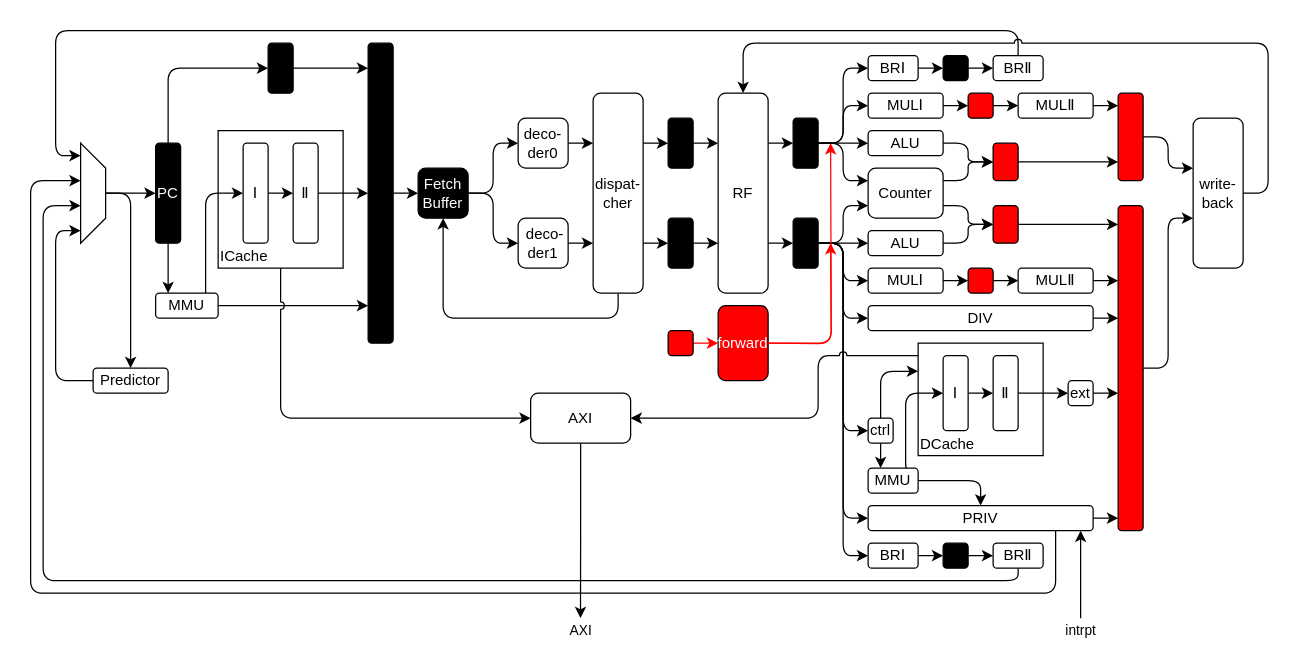
caochenrui/Draw.io keeps this draw.io diagram as 未命名绘图4.drawio. Above is the earlier version. Source tidied: cells renumbered, new cells numbered last; positions are measured from the earlier drawing's top-left corner, leaving out a move shared by most shapes. Both pictures are drawn from the tidied source at 125%, with x=0, y=0 at pixel (30, 30).
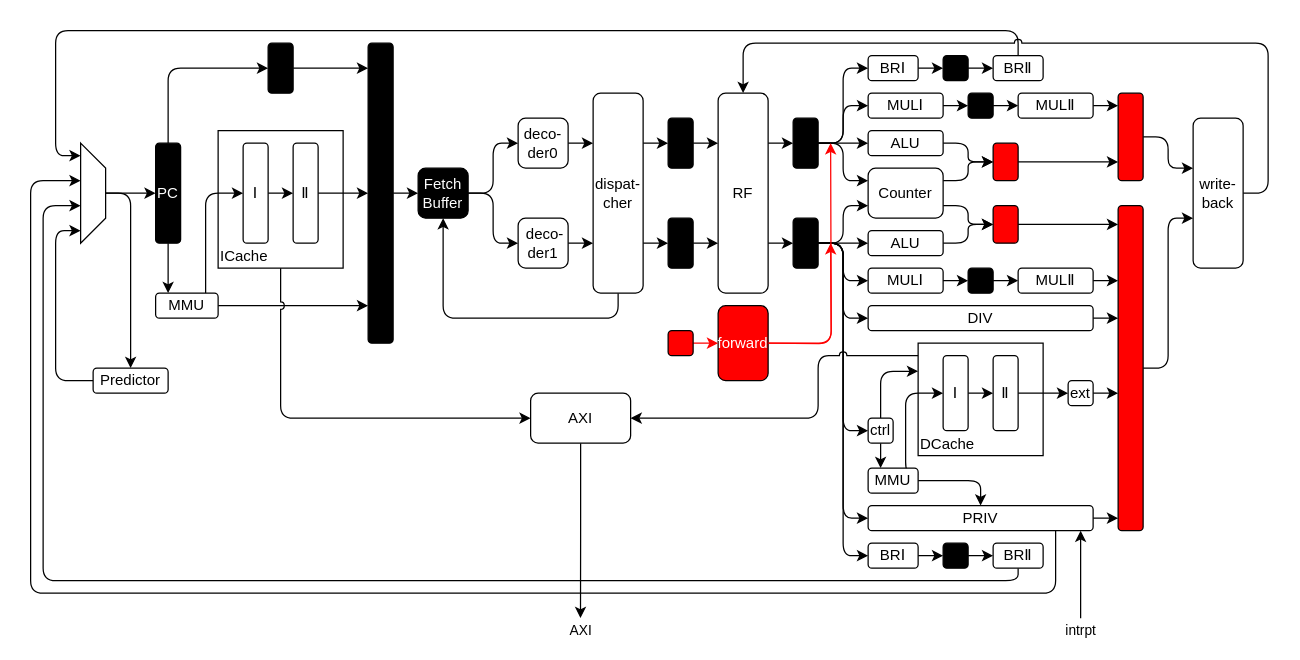
After the change.

Commit message:
更新未命名绘图4.drawio

What changed in the source:
```diff
@@
-    <mxCell id="106" style="whiteSpace=wrap;html=1;fillColor=#FF0000;fontColor=default;rounded=1;" parent="1" vertex="1">
+    <mxCell id="106" style="whiteSpace=wrap;html=1;fillColor=#000000;fontColor=default;rounded=1;" parent="1" vertex="1">
       <mxGeometry x="750" y="190" width="20" height="20" as="geometry" />
     </mxCell>
@@
-    <mxCell id="111" style="whiteSpace=wrap;html=1;fillColor=#FF0000;fontColor=default;rounded=1;" parent="1" vertex="1">
+    <mxCell id="111" style="whiteSpace=wrap;html=1;fillColor=#000000;fontColor=default;rounded=1;" parent="1" vertex="1">
       <mxGeometry x="750" y="50" width="20" height="20" as="geometry" />
     </mxCell>
```
